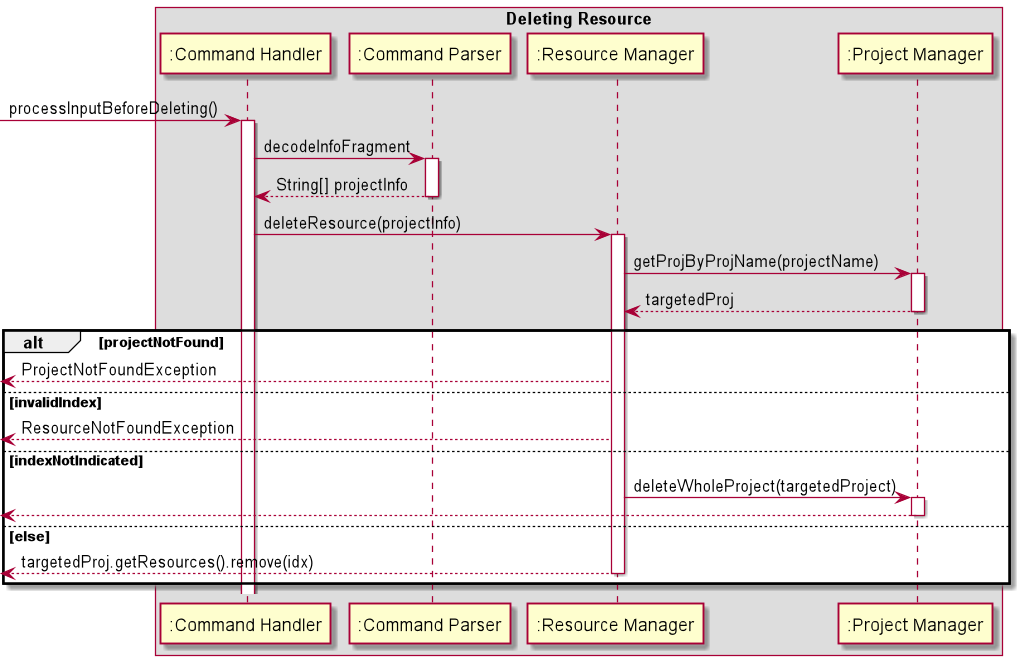
s-t-e-f/tp keeps this PlantUML diagram as docs/puml_img/deleteResource.png. Above is the earlier version.
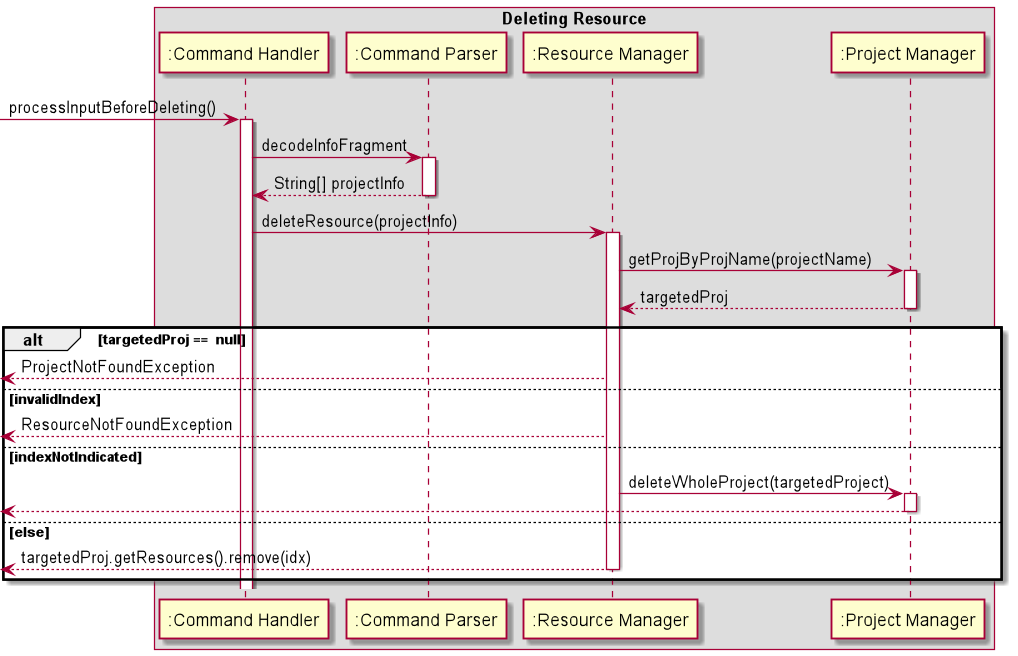
After the change.

Commit message:
Added sequence diagram for edit.

The edit, as a diff of the source:
```diff
@@ -23,7 +23,7 @@
 ResourceManager <-- ProjectManager : targetedProj
 deactivate ProjectManager
 
-alt projectNotFound
+alt targetedProj ==  null
     [<-- ResourceManager : ProjectNotFoundException
 else invalidIndex
     [<-- ResourceManager : ResourceNotFoundException
```
